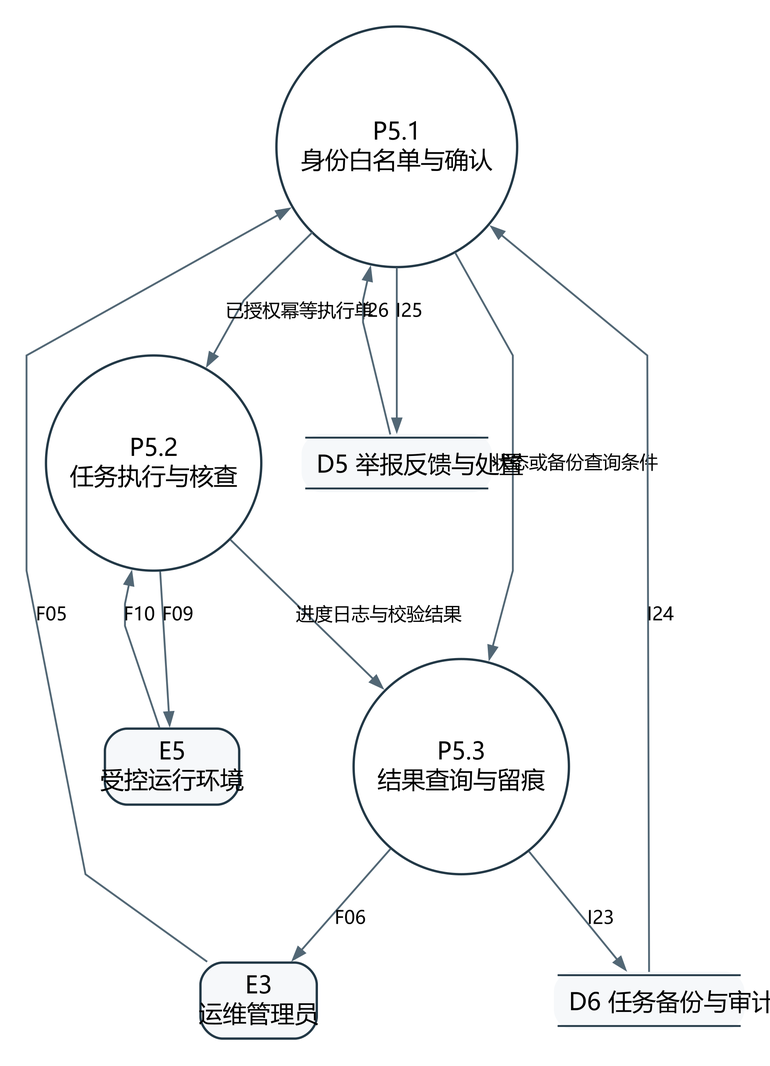
jason-bitc/HZCU-CampusHub keeps this Graphviz diagram as docs/project/models/图表与模型/DFD51.png. Above is the earlier version. Its source is kept beside it as docs/project/models/图表与模型/DFD51.dot.
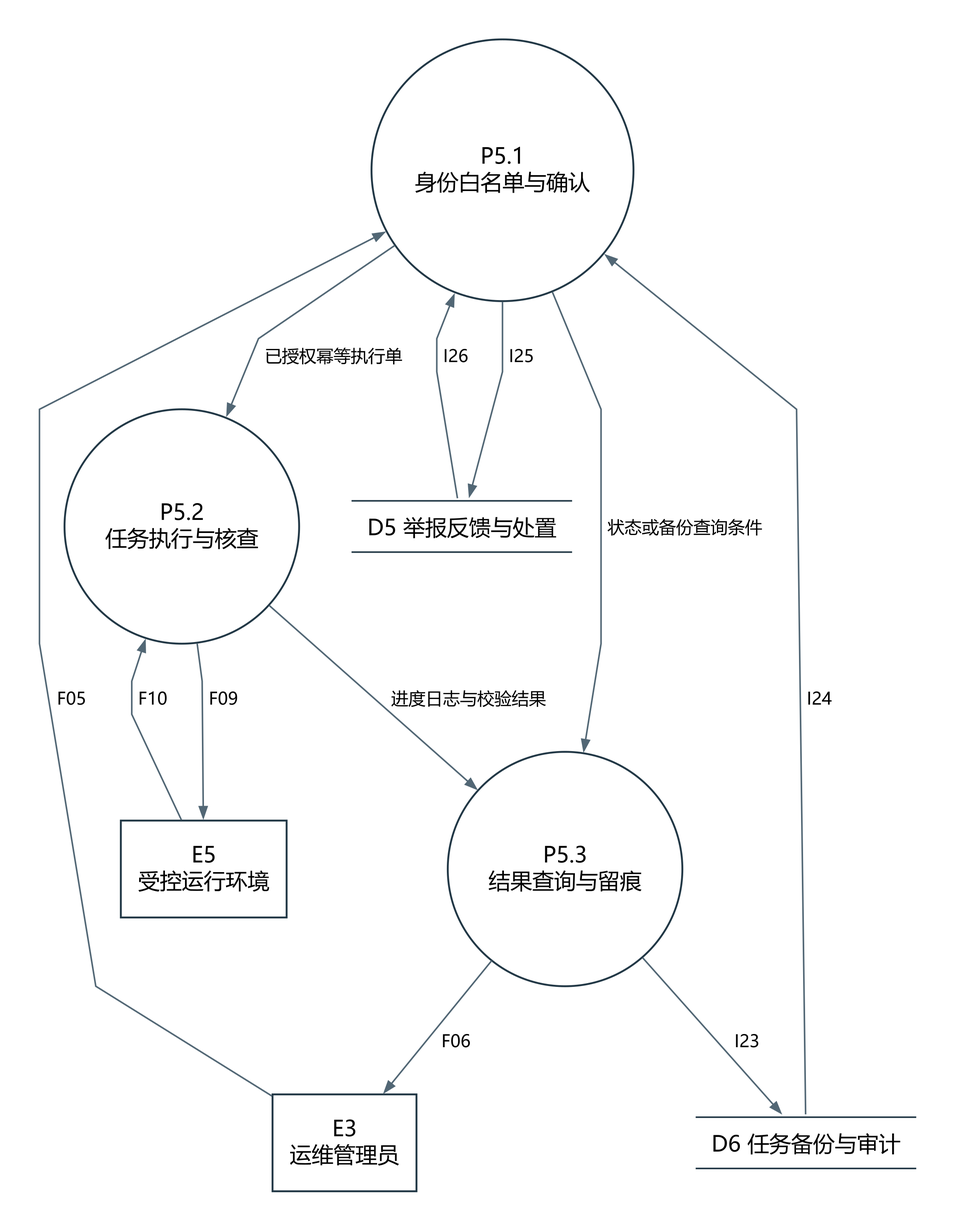
After the change.

What changed in the source:
```diff
@@ -1,23 +1,23 @@
 digraph G {
-graph [rankdir=TB,nodesep=0.30,ranksep=0.48,bgcolor="white",splines=polyline,pad=0.20];
-node [fontname="Microsoft YaHei",fontsize=13,color="#223846",penwidth=1.25,margin="0.10,0.07",style="rounded,filled",fillcolor="#F6F8FA"];
-edge [fontname="Microsoft YaHei",fontsize=10,color="#526775",arrowsize=0.7];
-"P5.1" [shape=circle,label="P5.1\n身份白名单与确认",style="filled",fillcolor="white"];
-"P5.2" [shape=circle,label="P5.2\n任务执行与核查",style="filled",fillcolor="white"];
-"P5.3" [shape=circle,label="P5.3\n结果查询与留痕",style="filled",fillcolor="white"];
-"E3" [shape=box,label="E3\n运维管理员"];
-"E5" [shape=box,label="E5\n受控运行环境"];
-"D5" [shape=plain,label=<<TABLE BORDER="0" CELLBORDER="0" CELLPADDING="5"><TR><TD BORDER="1" SIDES="TB">D5 举报反馈与处置</TD></TR></TABLE>>];
-"D6" [shape=plain,label=<<TABLE BORDER="0" CELLBORDER="0" CELLPADDING="5"><TR><TD BORDER="1" SIDES="TB">D6 任务备份与审计</TD></TR></TABLE>>];
-"E3" -> "P5.1" [label="F05"];
-"P5.3" -> "E3" [label="F06"];
-"P5.2" -> "E5" [label="F09"];
-"E5" -> "P5.2" [label="F10"];
-"P5.3" -> "D6" [label="I23"];
-"D6" -> "P5.1" [label="I24"];
-"P5.1" -> "D5" [label="I25"];
-"D5" -> "P5.1" [label="I26"];
-"P5.1" -> "P5.2" [label="已授权幂等执行单"];
-"P5.1" -> "P5.3" [label="状态或备份查询条件"];
-"P5.2" -> "P5.3" [label="进度日志与校验结果"];
+graph [rankdir=TB,nodesep=0.45,ranksep=0.65,bgcolor="white",splines=polyline,pad=0.35];
+node [fontname="Microsoft YaHei",fontsize=14,color="#223846",penwidth=1.2,margin="0.12,0.10",fillcolor="white",style="filled"];
+edge [fontname="Microsoft YaHei",fontsize=11,color="#526775",arrowsize=0.7];
+"P5.1" [shape=circle,label="P5.1\n身份白名单与确认",width=2.326,height=2.326];
+"P5.2" [shape=circle,label="P5.2\n任务执行与核查",width=2.083,height=2.083];
+"P5.3" [shape=circle,label="P5.3\n结果查询与留痕",width=2.083,height=2.083];
+"E3" [shape=box,label="E3\n运维管理员",width=1.278,height=0.861];
+"E5" [shape=box,label="E5\n受控运行环境",width=1.472,height=0.861];
+"D5" [shape=plain,label=<<TABLE BORDER="0" CELLBORDER="0" CELLPADDING="7" WIDTH="145"><TR><TD BORDER="1" SIDES="TB"><FONT FACE="Microsoft YaHei" POINT-SIZE="14">D5 举报反馈与处置</FONT></TD></TR></TABLE>>];
+"D6" [shape=plain,label=<<TABLE BORDER="0" CELLBORDER="0" CELLPADDING="7" WIDTH="145"><TR><TD BORDER="1" SIDES="TB"><FONT FACE="Microsoft YaHei" POINT-SIZE="14">D6 任务备份与审计</FONT></TD></TR></TABLE>>];
+"E3" -> "P5.1" [label=<<TABLE BORDER="0" CELLBORDER="0" CELLPADDING="2" WIDTH="37"><TR><TD><FONT FACE="Microsoft YaHei" POINT-SIZE="11">F05</FONT></TD></TR></TABLE>>];
+"P5.3" -> "E3" [label=<<TABLE BORDER="0" CELLBORDER="0" CELLPADDING="2" WIDTH="37"><TR><TD><FONT FACE="Microsoft YaHei" POINT-SIZE="11">F06</FONT></TD></TR></TABLE>>];
+"P5.2" -> "E5" [label=<<TABLE BORDER="0" CELLBORDER="0" CELLPADDING="2" WIDTH="37"><TR><TD><FONT FACE="Microsoft YaHei" POINT-SIZE="11">F09</FONT></TD></TR></TABLE>>];
+"E5" -> "P5.2" [label=<<TABLE BORDER="0" CELLBORDER="0" CELLPADDING="2" WIDTH="37"><TR><TD><FONT FACE="Microsoft YaHei" POINT-SIZE="11">F10</FONT></TD></TR></TABLE>>];
+"P5.3" -> "D6" [label=<<TABLE BORDER="0" CELLBORDER="0" CELLPADDING="2" WIDTH="34"><TR><TD><FONT FACE="Microsoft YaHei" POINT-SIZE="11">I23</FONT></TD></TR></TABLE>>];
+"D6" -> "P5.1" [label=<<TABLE BORDER="0" CELLBORDER="0" CELLPADDING="2" WIDTH="34"><TR><TD><FONT FACE="Microsoft YaHei" POINT-SIZE="11">I24</FONT></TD></TR></TABLE>>];
+"P5.1" -> "D5" [label=<<TABLE BORDER="0" CELLBORDER="0" CELLPADDING="2" WIDTH="34"><TR><TD><FONT FACE="Microsoft YaHei" POINT-SIZE="11">I25</FONT></TD></TR></TABLE>>];
+"D5" -> "P5.1" [label=<<TABLE BORDER="0" CELLBORDER="0" CELLPADDING="2" WIDTH="34"><TR><TD><FONT FACE="Microsoft YaHei" POINT-SIZE="11">I26</FONT></TD></TR></TABLE>>];
+"P5.1" -> "P5.2" [label=<<TABLE BORDER="0" CELLBORDER="0" CELLPADDING="2" WIDTH="106"><TR><TD><FONT FACE="Microsoft YaHei" POINT-SIZE="11">已授权幂等执行单</FONT></TD></TR></TABLE>>];
+"P5.1" -> "P5.3" [label=<<TABLE BORDER="0" CELLBORDER="0" CELLPADDING="2" WIDTH="117"><TR><TD><FONT FACE="Microsoft YaHei" POINT-SIZE="11">状态或备份查询条件</FONT></TD></TR></TABLE>>];
+"P5.2" -> "P5.3" [label=<<TABLE BORDER="0" CELLBORDER="0" CELLPADDING="2" WIDTH="117"><TR><TD><FONT FACE="Microsoft YaHei" POINT-SIZE="11">进度日志与校验结果</FONT></TD></TR></TABLE>>];
 }
```
